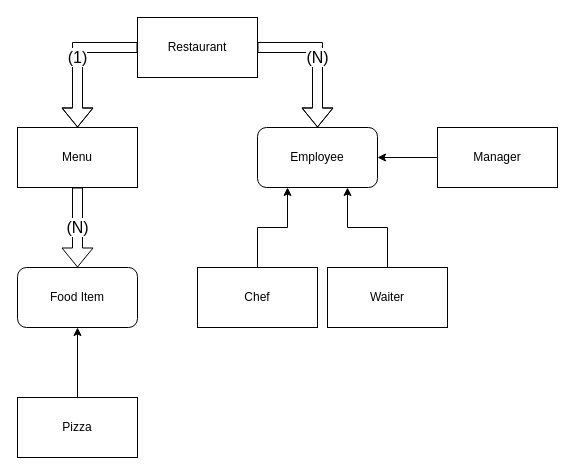
Before: Diagrams/Restaurant.drawio in RikenAllen/CodeGenerator, a draw.io diagram. Source tidied: cells renumbered, new cells numbered last; positions are measured from the earlier drawing's top-left corner, leaving out a move shared by most shapes. Both pictures are drawn from the tidied source at 100%, with x=0, y=0 at pixel (17, 17).
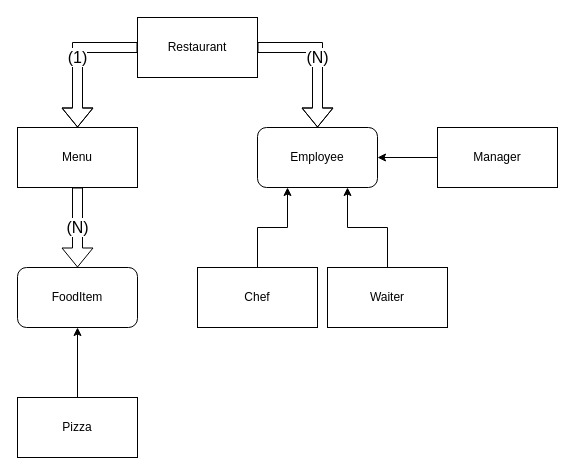
The same page after the edit.

Diff of the diagram source:
```diff
@@
 <mxGraphModel>
   <root>
     <mxCell id="0" />
     <mxCell id="1" parent="0" />
     <mxCell id="2" value="&lt;font style=&quot;font-size: 16px;&quot;&gt;(N)&lt;/font&gt;" style="edgeStyle=orthogonalEdgeStyle;rounded=0;jettySize=auto;html=1;exitX=1;exitY=0.5;exitDx=0;exitDy=0;entryX=0.5;entryY=0;entryDx=0;entryDy=0;shape=flexArrow;labelPosition=center;verticalLabelPosition=middle;align=center;verticalAlign=middle;" parent="1" edge="1" source="4" target="11">
       <mxGeometry relative="1" as="geometry" />
     </mxCell>
     <mxCell id="3" value="&lt;font style=&quot;font-size: 16px;&quot;&gt;(1)&lt;/font&gt;" style="edgeStyle=orthogonalEdgeStyle;rounded=0;jettySize=auto;html=1;exitX=0;exitY=0.5;exitDx=0;exitDy=0;entryX=0.5;entryY=0;entryDx=0;entryDy=0;shape=flexArrow;" parent="1" edge="1" source="4" target="10">
       <mxGeometry relative="1" as="geometry" />
     </mxCell>
     <mxCell id="4" value="Restaurant" style="rounded=0;whiteSpace=wrap;html=1;" parent="1" vertex="1">
       <mxGeometry x="120" width="120" height="60" as="geometry" />
     </mxCell>
     <mxCell id="5" style="edgeStyle=orthogonalEdgeStyle;rounded=0;jettySize=auto;html=1;exitX=0.5;exitY=0;exitDx=0;exitDy=0;entryX=0.25;entryY=1;entryDx=0;entryDy=0;" parent="1" edge="1" source="6" target="11">
       <mxGeometry relative="1" as="geometry" />
     </mxCell>
     <mxCell id="6" value="Chef" style="rounded=0;whiteSpace=wrap;html=1;" parent="1" vertex="1">
       <mxGeometry x="180" y="250" width="120" height="60" as="geometry" />
     </mxCell>
     <mxCell id="7" style="edgeStyle=orthogonalEdgeStyle;rounded=0;jettySize=auto;html=1;exitX=0.5;exitY=0;exitDx=0;exitDy=0;entryX=0.75;entryY=1;entryDx=0;entryDy=0;" parent="1" edge="1" source="8" target="11">
       <mxGeometry relative="1" as="geometry" />
     </mxCell>
     <mxCell id="8" value="Waiter" style="rounded=0;whiteSpace=wrap;html=1;" parent="1" vertex="1">
       <mxGeometry x="310" y="250" width="120" height="60" as="geometry" />
     </mxCell>
     <mxCell id="9" value="&lt;font style=&quot;font-size: 16px;&quot;&gt;(N)&lt;/font&gt;" style="edgeStyle=orthogonalEdgeStyle;rounded=0;jettySize=auto;html=1;exitX=0.5;exitY=1;exitDx=0;exitDy=0;entryX=0.5;entryY=0;entryDx=0;entryDy=0;shape=flexArrow;" parent="1" edge="1" source="10" target="12">
       <mxGeometry relative="1" as="geometry" />
     </mxCell>
     <mxCell id="10" value="Menu" style="rounded=0;whiteSpace=wrap;html=1;" parent="1" vertex="1">
       <mxGeometry y="110" width="120" height="60" as="geometry" />
     </mxCell>
     <mxCell id="11" value="Employee" style="rounded=1;whiteSpace=wrap;html=1;" parent="1" vertex="1">
       <mxGeometry x="240" y="110" width="120" height="60" as="geometry" />
     </mxCell>
-    <mxCell id="12" value="Food Item" style="rounded=1;whiteSpace=wrap;html=1;" parent="1" vertex="1">
+    <mxCell id="12" value="FoodItem" style="rounded=1;whiteSpace=wrap;html=1;" parent="1" vertex="1">
       <mxGeometry y="250" width="120" height="60" as="geometry" />
     </mxCell>
     <mxCell id="13" style="edgeStyle=orthogonalEdgeStyle;rounded=0;jettySize=auto;html=1;exitX=0.5;exitY=0;exitDx=0;exitDy=0;" parent="1" edge="1" source="14" target="12">
       <mxGeometry relative="1" as="geometry" />
     </mxCell>
     <mxCell id="14" value="Pizza" style="rounded=0;whiteSpace=wrap;html=1;" parent="1" vertex="1">
       <mxGeometry y="380" width="120" height="60" as="geometry" />
     </mxCell>
     <mxCell id="15" style="edgeStyle=orthogonalEdgeStyle;rounded=0;jettySize=auto;html=1;exitX=0;exitY=0.5;exitDx=0;exitDy=0;entryX=1;entryY=0.5;entryDx=0;entryDy=0;" parent="1" edge="1" source="16" target="11">
       <mxGeometry relative="1" as="geometry" />
     </mxCell>
     <mxCell id="16" value="Manager" style="rounded=0;whiteSpace=wrap;html=1;" parent="1" vertex="1">
       <mxGeometry x="420" y="110" width="120" height="60" as="geometry" />
     </mxCell>
   </root>
 </mxGraphModel>
```
